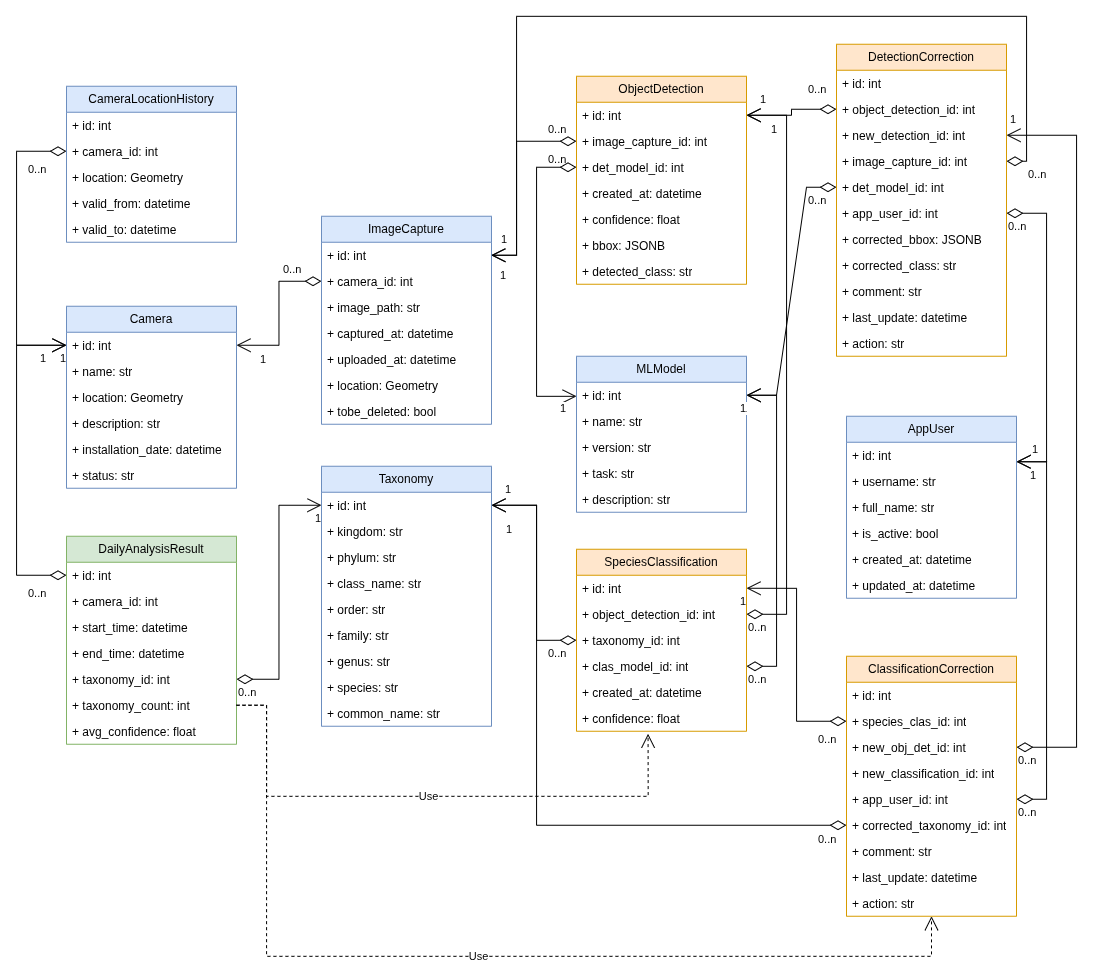
The draw.io diagram docs/figures/sentinel-rat-data-model.png in ssciwr/sentinel-rat-dashboard, before a commit. Source tidied: cells renumbered, new cells last; positions are measured from the earlier drawing's top-left corner, leaving out a move shared by most shapes.
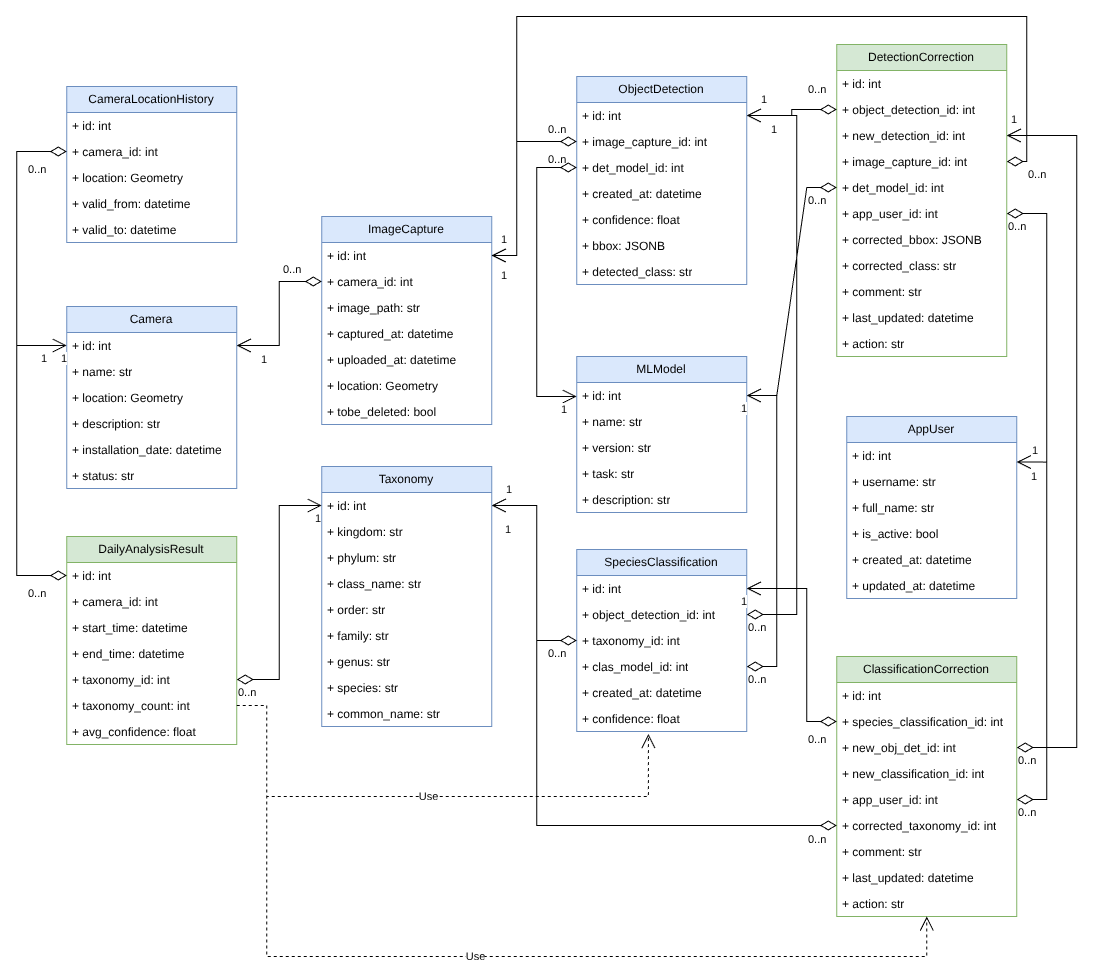
Above is the later version.

Commit message:
re-color data model diagram

What changed in the source:
```diff
@@ -114,7 +114,7 @@
     <mxCell id="34" value="+ description: str" style="text;strokeColor=none;fillColor=none;align=left;verticalAlign=top;spacingLeft=4;spacingRight=4;overflow=hidden;whiteSpace=wrap;html=1;" parent="29" vertex="1">
       <mxGeometry y="130" width="170" height="26" as="geometry" />
     </mxCell>
-    <mxCell id="35" value="ObjectDetection" style="swimlane;fontStyle=0;horizontal=1;startSize=26;fillColor=#ffe6cc;whiteSpace=wrap;html=1;strokeColor=#d79b00;" parent="1" vertex="1">
+    <mxCell id="35" value="ObjectDetection" style="swimlane;fontStyle=0;horizontal=1;startSize=26;fillColor=#dae8fc;whiteSpace=wrap;html=1;strokeColor=#6c8ebf;" parent="1" vertex="1">
       <mxGeometry x="560" y="60" width="170" height="208" as="geometry" />
     </mxCell>
     <mxCell id="36" value="+ id: int" style="text;strokeColor=none;fillColor=none;align=left;verticalAlign=top;spacingLeft=4;spacingRight=4;overflow=hidden;points=[[0,0.5],[1,0.5]];portConstraint=eastwest;whiteSpace=wrap;html=1;" parent="35" vertex="1">
@@ -206,7 +206,7 @@
     <mxCell id="58" value="+ common_name: str" style="text;strokeColor=none;fillColor=none;align=left;verticalAlign=top;spacingLeft=4;spacingRight=4;overflow=hidden;whiteSpace=wrap;html=1;" parent="49" vertex="1">
       <mxGeometry y="234" width="170" height="26" as="geometry" />
     </mxCell>
-    <mxCell id="59" value="SpeciesClassification" style="swimlane;fontStyle=0;horizontal=1;startSize=26;fillColor=#ffe6cc;whiteSpace=wrap;html=1;strokeColor=#d79b00;" parent="1" vertex="1">
+    <mxCell id="59" value="SpeciesClassification" style="swimlane;fontStyle=0;horizontal=1;startSize=26;fillColor=#dae8fc;whiteSpace=wrap;html=1;strokeColor=#6c8ebf;" parent="1" vertex="1">
       <mxGeometry x="560" y="533" width="170" height="182" as="geometry" />
     </mxCell>
     <mxCell id="60" value="+ id: int" style="text;strokeColor=none;fillColor=none;align=left;verticalAlign=top;spacingLeft=4;spacingRight=4;overflow=hidden;points=[[0,0.5],[1,0.5]];portConstraint=eastwest;whiteSpace=wrap;html=1;" parent="59" vertex="1">
@@ -230,8 +230,8 @@
     <mxCell id="66" style="endArrow=open;html=1;endSize=12;startArrow=diamondThin;startSize=14;startFill=0;rounded=0;exitX=1;exitY=0.5;exitDx=0;exitDy=0;entryX=1;entryY=0.5;entryDx=0;entryDy=0;edgeStyle=orthogonalEdgeStyle;" parent="1" edge="1" source="61" target="36">
       <mxGeometry relative="1" as="geometry">
         <Array as="points">
-          <mxPoint x="770" y="598" />
-          <mxPoint x="770" y="99" />
+          <mxPoint x="780.1" y="598.1" />
+          <mxPoint x="780.1" y="99" />
         </Array>
       </mxGeometry>
     </mxCell>
@@ -296,7 +296,7 @@
     <mxCell id="81" value="+ updated_at: datetime" style="text;strokeColor=none;fillColor=none;align=left;verticalAlign=top;spacingLeft=4;spacingRight=4;overflow=hidden;whiteSpace=wrap;html=1;" parent="75" vertex="1">
       <mxGeometry y="156" width="170" height="26" as="geometry" />
     </mxCell>
-    <mxCell id="82" value="DetectionCorrection" style="swimlane;fontStyle=0;horizontal=1;startSize=26;fillColor=#ffe6cc;whiteSpace=wrap;html=1;strokeColor=#d79b00;" parent="1" vertex="1">
+    <mxCell id="82" value="DetectionCorrection" style="swimlane;fontStyle=0;horizontal=1;startSize=26;fillColor=#d5e8d4;whiteSpace=wrap;html=1;strokeColor=#82b366;" parent="1" vertex="1">
       <mxGeometry x="820" y="28" width="170" height="312" as="geometry" />
     </mxCell>
     <mxCell id="83" value="+ id: int" style="text;strokeColor=none;fillColor=none;align=left;verticalAlign=top;spacingLeft=4;spacingRight=4;overflow=hidden;whiteSpace=wrap;html=1;" parent="82" vertex="1">
@@ -326,7 +326,7 @@
     <mxCell id="91" value="+ comment: str" style="text;strokeColor=none;fillColor=none;align=left;verticalAlign=top;spacingLeft=4;spacingRight=4;overflow=hidden;whiteSpace=wrap;html=1;" parent="82" vertex="1">
       <mxGeometry y="234" width="170" height="26" as="geometry" />
     </mxCell>
-    <mxCell id="92" value="+ last_update: datetime" style="text;strokeColor=none;fillColor=none;align=left;verticalAlign=top;spacingLeft=4;spacingRight=4;overflow=hidden;whiteSpace=wrap;html=1;" parent="82" vertex="1">
+    <mxCell id="92" value="+ last_updated: datetime" style="text;strokeColor=none;fillColor=none;align=left;verticalAlign=top;spacingLeft=4;spacingRight=4;overflow=hidden;whiteSpace=wrap;html=1;" parent="82" vertex="1">
       <mxGeometry y="260" width="170" height="26" as="geometry" />
     </mxCell>
     <mxCell id="93" value="+ action: str" style="text;strokeColor=none;fillColor=none;align=left;verticalAlign=top;spacingLeft=4;spacingRight=4;overflow=hidden;whiteSpace=wrap;html=1;" parent="82" vertex="1">
@@ -393,35 +393,35 @@
         <mxPoint x="20" y="1" as="offset" />
       </mxGeometry>
     </mxCell>
-    <mxCell id="106" value="ClassificationCorrection" style="swimlane;fontStyle=0;horizontal=1;startSize=26;fillColor=#ffe6cc;whiteSpace=wrap;html=1;strokeColor=#d79b00;" parent="1" vertex="1">
-      <mxGeometry x="830" y="640" width="170" height="260" as="geometry" />
+    <mxCell id="106" value="ClassificationCorrection" style="swimlane;fontStyle=0;horizontal=1;startSize=26;fillColor=#d5e8d4;whiteSpace=wrap;html=1;strokeColor=#82b366;" parent="1" vertex="1">
+      <mxGeometry x="820" y="640" width="180" height="260" as="geometry" />
     </mxCell>
     <mxCell id="107" value="+ id: int" style="text;strokeColor=none;fillColor=none;align=left;verticalAlign=top;spacingLeft=4;spacingRight=4;overflow=hidden;whiteSpace=wrap;html=1;" parent="106" vertex="1">
-      <mxGeometry y="26" width="170" height="26" as="geometry" />
+      <mxGeometry y="26" width="180" height="26" as="geometry" />
     </mxCell>
-    <mxCell id="108" value="+ species_clas_id: int" style="text;strokeColor=none;fillColor=none;align=left;verticalAlign=top;spacingLeft=4;spacingRight=4;overflow=hidden;points=[[0,0.5],[1,0.5]];portConstraint=eastwest;whiteSpace=wrap;html=1;" parent="106" vertex="1">
-      <mxGeometry y="52" width="170" height="26" as="geometry" />
+    <mxCell id="108" value="+ species_classification_id: int" style="text;strokeColor=none;fillColor=none;align=left;verticalAlign=top;spacingLeft=4;spacingRight=4;overflow=hidden;points=[[0,0.5],[1,0.5]];portConstraint=eastwest;whiteSpace=wrap;html=1;" parent="106" vertex="1">
+      <mxGeometry y="52" width="180" height="26" as="geometry" />
     </mxCell>
     <mxCell id="109" value="+ new_obj_det_id: int" style="text;strokeColor=none;fillColor=none;align=left;verticalAlign=top;spacingLeft=4;spacingRight=4;overflow=hidden;points=[[0,0.5],[1,0.5]];portConstraint=eastwest;whiteSpace=wrap;html=1;" parent="106" vertex="1">
-      <mxGeometry y="78" width="170" height="26" as="geometry" />
+      <mxGeometry y="78" width="180" height="26" as="geometry" />
     </mxCell>
     <mxCell id="110" value="+ new_classification_id: int" style="text;strokeColor=none;fillColor=none;align=left;verticalAlign=top;spacingLeft=4;spacingRight=4;overflow=hidden;whiteSpace=wrap;html=1;" parent="106" vertex="1">
-      <mxGeometry y="104" width="170" height="26" as="geometry" />
+      <mxGeometry y="104" width="180" height="26" as="geometry" />
     </mxCell>
     <mxCell id="111" value="+ app_user_id: int" style="text;strokeColor=none;fillColor=none;align=left;verticalAlign=top;spacingLeft=4;spacingRight=4;overflow=hidden;points=[[0,0.5],[1,0.5]];portConstraint=eastwest;whiteSpace=wrap;html=1;" parent="106" vertex="1">
-      <mxGeometry y="130" width="170" height="26" as="geometry" />
+      <mxGeometry y="130" width="180" height="26" as="geometry" />
     </mxCell>
     <mxCell id="112" value="+ corrected_taxonomy_id: int" style="text;strokeColor=none;fillColor=none;align=left;verticalAlign=top;spacingLeft=4;spacingRight=4;overflow=hidden;points=[[0,0.5],[1,0.5]];portConstraint=eastwest;whiteSpace=wrap;html=1;" parent="106" vertex="1">
-      <mxGeometry y="156" width="170" height="26" as="geometry" />
+      <mxGeometry y="156" width="180" height="26" as="geometry" />
     </mxCell>
     <mxCell id="113" value="+ comment: str" style="text;strokeColor=none;fillColor=none;align=left;verticalAlign=top;spacingLeft=4;spacingRight=4;overflow=hidden;whiteSpace=wrap;html=1;" parent="106" vertex="1">
-      <mxGeometry y="182" width="170" height="26" as="geometry" />
+      <mxGeometry y="182" width="180" height="26" as="geometry" />
     </mxCell>
-    <mxCell id="114" value="+ last_update: datetime" style="text;strokeColor=none;fillColor=none;align=left;verticalAlign=top;spacingLeft=4;spacingRight=4;overflow=hidden;whiteSpace=wrap;html=1;" parent="106" vertex="1">
-      <mxGeometry y="208" width="170" height="26" as="geometry" />
+    <mxCell id="114" value="+ last_updated: datetime" style="text;strokeColor=none;fillColor=none;align=left;verticalAlign=top;spacingLeft=4;spacingRight=4;overflow=hidden;whiteSpace=wrap;html=1;" parent="106" vertex="1">
+      <mxGeometry y="208" width="180" height="26" as="geometry" />
     </mxCell>
     <mxCell id="115" value="+ action: str" style="text;strokeColor=none;fillColor=none;align=left;verticalAlign=top;spacingLeft=4;spacingRight=4;overflow=hidden;whiteSpace=wrap;html=1;" parent="106" vertex="1">
-      <mxGeometry y="234" width="170" height="26" as="geometry" />
+      <mxGeometry y="234" width="180" height="26" as="geometry" />
     </mxCell>
     <mxCell id="116" value="DailyAnalysisResult" style="swimlane;fontStyle=0;horizontal=1;startSize=26;fillColor=#d5e8d4;whiteSpace=wrap;html=1;strokeColor=#82b366;" parent="1" vertex="1">
       <mxGeometry x="50" y="520" width="170" height="208" as="geometry" />
@@ -473,7 +473,12 @@
       <mxGeometry x="1" relative="1" as="geometry" />
     </mxCell>
     <mxCell id="130" style="endArrow=open;html=1;endSize=12;startArrow=diamondThin;startSize=14;startFill=0;edgeStyle=orthogonalEdgeStyle;rounded=0;exitX=0;exitY=0.5;exitDx=0;exitDy=0;entryX=1;entryY=0.5;entryDx=0;entryDy=0;" parent="1" edge="1" source="108" target="60">
-      <mxGeometry relative="1" as="geometry" />
+      <mxGeometry relative="1" as="geometry">
+        <Array as="points">
+          <mxPoint x="790.1" y="705" />
+          <mxPoint x="790.1" y="572.1" />
+        </Array>
+      </mxGeometry>
     </mxCell>
     <mxCell id="131" value="0..n" style="edgeLabel;html=1;align=left;verticalAlign=top;" parent="130" vertex="1">
       <mxGeometry x="-1" relative="1" as="geometry">
@@ -547,7 +552,7 @@
         <Array as="points">
           <mxPoint x="250" y="689" />
           <mxPoint x="250" y="940" />
-          <mxPoint x="915" y="940" />
+          <mxPoint x="910" y="940" />
         </Array>
       </mxGeometry>
     </mxCell>
```
